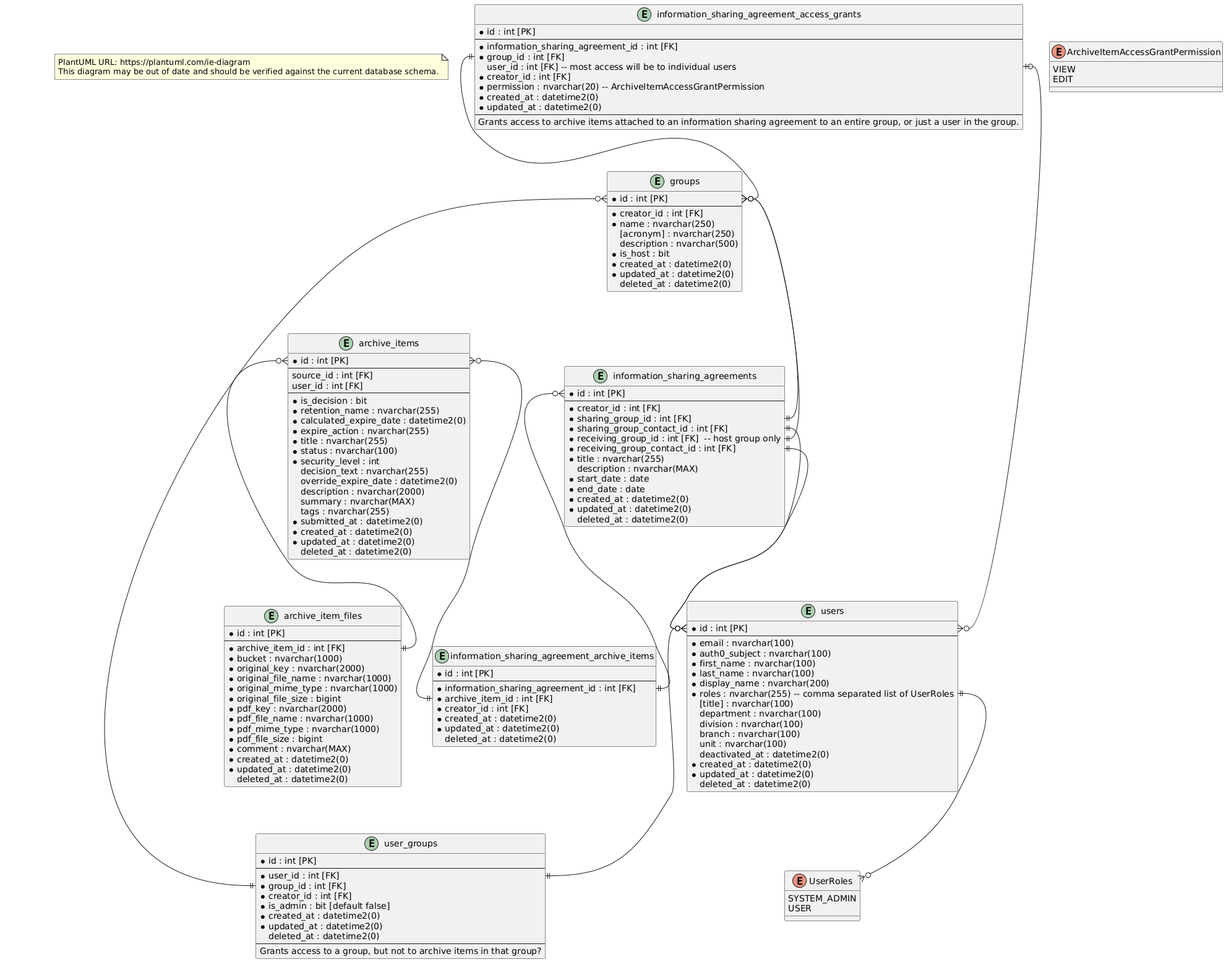
This is _Design/Entity Relationship Diagram.png from ytgov/traditional-knowledge, a PlantUML export, as it was before one commit.
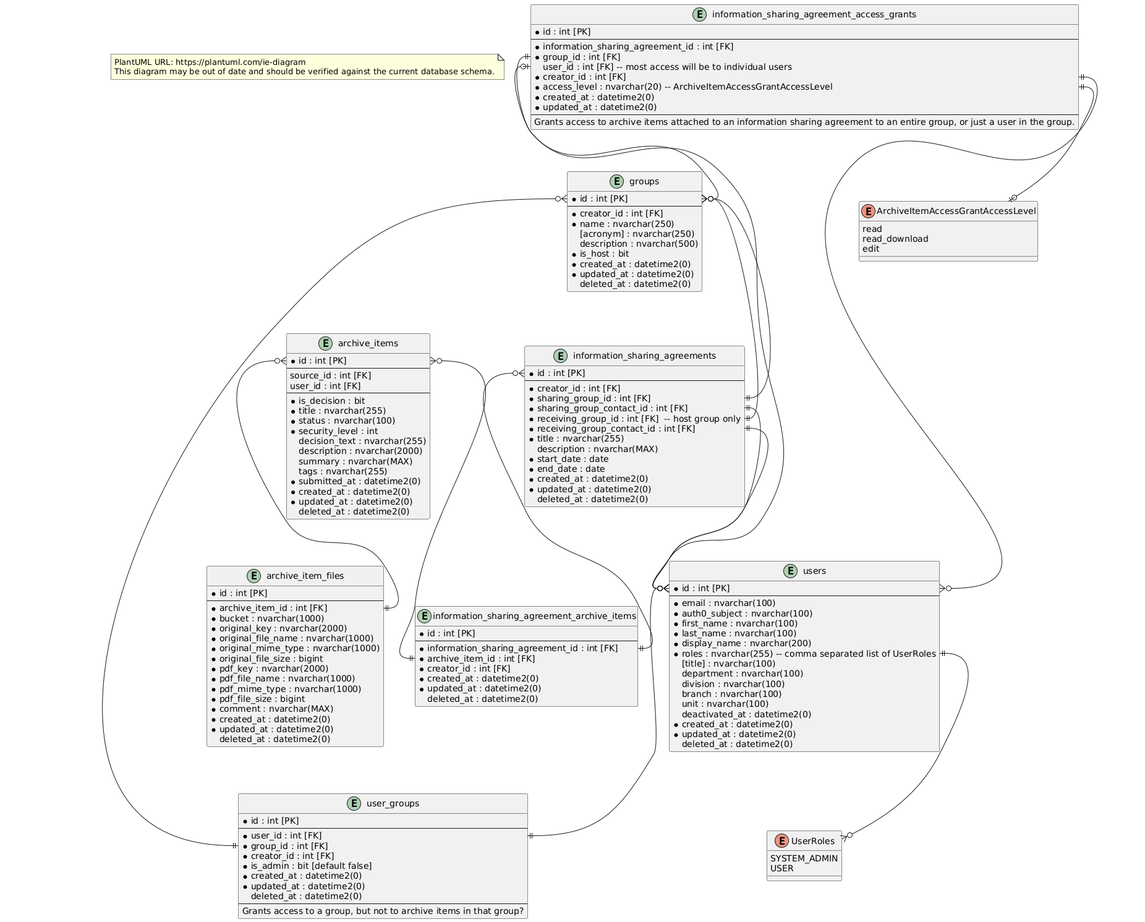
After the commit.

Commit message:
:tophat: Update entity relationship diagram.

What changed in the source:
```diff
@@ -13,14 +13,10 @@
   user_id : int [FK]
   --
   * is_decision : bit
-  * retention_name : nvarchar(255)
-  * calculated_expire_date : datetime2(0)
-  * expire_action : nvarchar(255)
   * title : nvarchar(255)
   * status : nvarchar(100)
   * security_level : int
   decision_text : nvarchar(255)
-  override_expire_date : datetime2(0)
   description : nvarchar(2000)
   summary : nvarchar(MAX)
   tags : nvarchar(255)
@@ -49,9 +45,10 @@
   deleted_at : datetime2(0)
 }
 
-enum ArchiveItemAccessGrantPermission {
-  VIEW
-  EDIT
+enum ArchiveItemAccessGrantAccessLevel {
+  read
+  read_download
+  edit
 }
 
 entity "information_sharing_agreements" {
@@ -78,7 +75,7 @@
   * group_id : int [FK]
   user_id : int [FK] -- most access will be to individual users
   * creator_id : int [FK]
-  * permission : nvarchar(20) -- ArchiveItemAccessGrantPermission
+  * access_level : nvarchar(20) -- ArchiveItemAccessGrantAccessLevel
   * created_at : datetime2(0)
   * updated_at : datetime2(0)
   --
@@ -155,6 +152,8 @@
 groups::id }o--|| user_groups::group_id
 information_sharing_agreement_access_grants::group_id ||--o{ groups::id
 information_sharing_agreement_access_grants::user_id |o--o{ users::id
+information_sharing_agreement_access_grants::creator_id ||--o{ users::id
+information_sharing_agreement_access_grants::access_level ||--o| ArchiveItemAccessGrantAccessLevel
 information_sharing_agreements::id }o--|| information_sharing_agreement_archive_items::information_sharing_agreement_id
 information_sharing_agreements::receiving_group_contact_id ||--o{ users::id
 information_sharing_agreements::sharing_group_contact_id ||--o{ users::id
```
